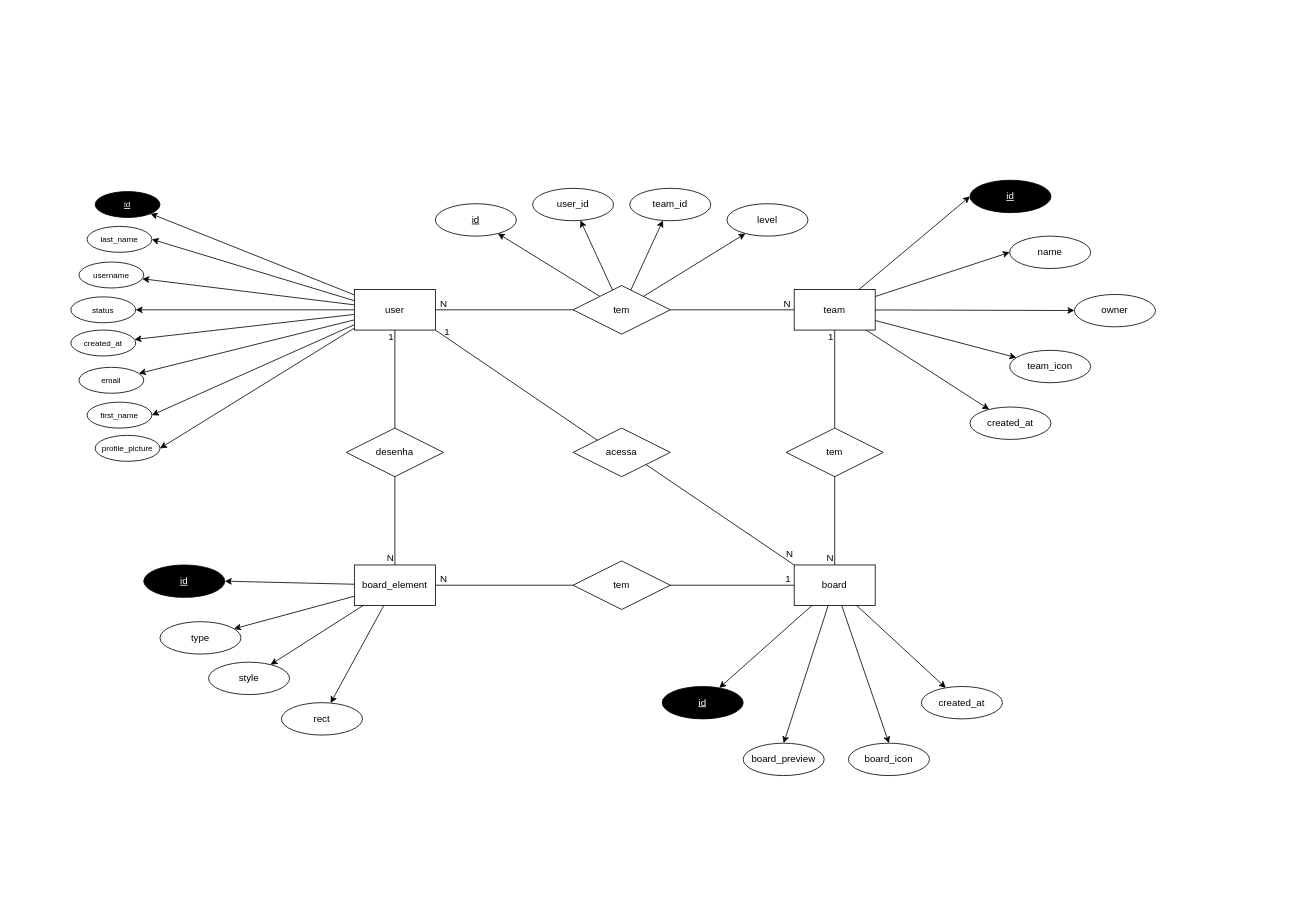
chronos-take-your-time/wiki keeps this draw.io diagram as docs/assets/diagram/DER.drawio. Above is the earlier version. Source tidied: cells renumbered, new cells numbered last; positions are measured from the earlier drawing's top-left corner, leaving out a move shared by most shapes. Both pictures are drawn from the tidied source at 81%, with x=0, y=0 at pixel (70, 180).
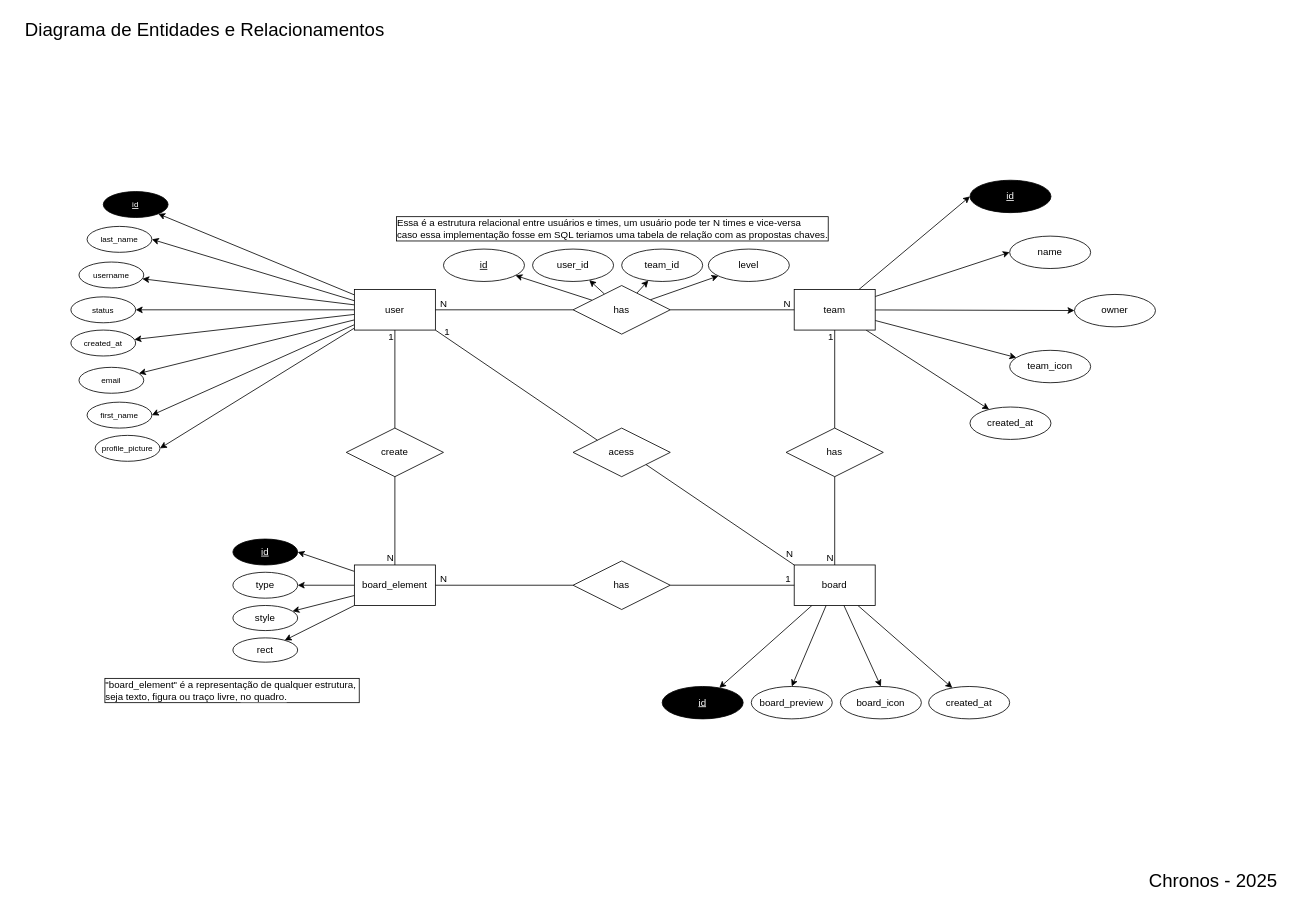
The same diagram, later.

Commit message:
docs(DER): descrições e mudança pro inglês.drawio

Diff of the diagram source:
```diff
@@
     <mxCell id="12" value="id" style="ellipse;whiteSpace=wrap;html=1;align=center;fontStyle=4;fontSize=10;fillColor=#000000;fontColor=#FFFFFF;" parent="1" vertex="1">
-      <mxGeometry x="30" y="14" width="80" height="32" as="geometry" />
+      <mxGeometry x="40" y="14" width="80" height="32" as="geometry" />
     </mxCell>
@@
-    <mxCell id="28" value="tem" style="shape=rhombus;perimeter=rhombusPerimeter;whiteSpace=wrap;html=1;align=center;" parent="1" vertex="1">
+    <mxCell id="28" value="has" style="shape=rhombus;perimeter=rhombusPerimeter;whiteSpace=wrap;html=1;align=center;" parent="1" vertex="1">
       <mxGeometry x="620" y="130" width="120" height="60" as="geometry" />
     </mxCell>
@@
     <mxCell id="33" value="user_id" style="ellipse;whiteSpace=wrap;html=1;align=center;" parent="1" vertex="1">
-      <mxGeometry x="570" y="10" width="100" height="40" as="geometry" />
+      <mxGeometry x="570" y="85" width="100" height="40" as="geometry" />
     </mxCell>
@@
-    <mxCell id="42" value="tem" style="shape=rhombus;perimeter=rhombusPerimeter;whiteSpace=wrap;html=1;align=center;" parent="1" vertex="1">
+    <mxCell id="42" value="has" style="shape=rhombus;perimeter=rhombusPerimeter;whiteSpace=wrap;html=1;align=center;" parent="1" vertex="1">
       <mxGeometry x="883" y="306" width="120" height="60" as="geometry" />
     </mxCell>
@@
     <mxCell id="49" value="&lt;u&gt;id&lt;/u&gt;" style="ellipse;whiteSpace=wrap;html=1;align=center;" parent="1" vertex="1">
-      <mxGeometry x="450" y="29" width="100" height="40" as="geometry" />
+      <mxGeometry x="460" y="85" width="100" height="40" as="geometry" />
     </mxCell>
     <mxCell id="50" value="team_id" style="ellipse;whiteSpace=wrap;html=1;align=center;" parent="1" vertex="1">
-      <mxGeometry x="690" y="10" width="100" height="40" as="geometry" />
+      <mxGeometry x="680" y="85" width="100" height="40" as="geometry" />
     </mxCell>
     <mxCell id="51" value="level" style="ellipse;whiteSpace=wrap;html=1;align=center;" parent="1" vertex="1">
-      <mxGeometry x="810" y="29" width="100" height="40" as="geometry" />
+      <mxGeometry x="787" y="85" width="100" height="40" as="geometry" />
     </mxCell>
     <mxCell id="52" value="created_at" style="ellipse;whiteSpace=wrap;html=1;align=center;" parent="1" vertex="1">
-      <mxGeometry x="1050" y="625" width="100" height="40" as="geometry" />
+      <mxGeometry x="1059" y="625" width="100" height="40" as="geometry" />
     </mxCell>
@@
-    <mxCell id="58" value="desenha" style="shape=rhombus;perimeter=rhombusPerimeter;whiteSpace=wrap;html=1;align=center;" parent="1" vertex="1">
+    <mxCell id="58" value="create" style="shape=rhombus;perimeter=rhombusPerimeter;whiteSpace=wrap;html=1;align=center;" parent="1" vertex="1">
       <mxGeometry x="340" y="306" width="120" height="60" as="geometry" />
     </mxCell>
     <mxCell id="59" value="board_preview" style="ellipse;whiteSpace=wrap;html=1;align=center;" parent="1" vertex="1">
-      <mxGeometry x="830" y="695" width="100" height="40" as="geometry" />
+      <mxGeometry x="840" y="625" width="100" height="40" as="geometry" />
     </mxCell>
     <mxCell id="60" value="board_icon" style="ellipse;whiteSpace=wrap;html=1;align=center;" parent="1" vertex="1">
-      <mxGeometry x="960" y="695" width="100" height="40" as="geometry" />
+      <mxGeometry x="950" y="625" width="100" height="40" as="geometry" />
     </mxCell>
@@
-    <mxCell id="67" value="tem" style="shape=rhombus;perimeter=rhombusPerimeter;whiteSpace=wrap;html=1;align=center;" parent="1" vertex="1">
+    <mxCell id="67" value="has" style="shape=rhombus;perimeter=rhombusPerimeter;whiteSpace=wrap;html=1;align=center;" parent="1" vertex="1">
       <mxGeometry x="620" y="470" width="120" height="60" as="geometry" />
     </mxCell>
@@
     <mxCell id="72" value="id" style="ellipse;whiteSpace=wrap;html=1;align=center;fontStyle=4;fillColor=#000000;fontColor=#FFFFFF;" parent="1" vertex="1">
-      <mxGeometry x="90" y="475" width="100" height="40" as="geometry" />
+      <mxGeometry x="200" y="443" width="80" height="32" as="geometry" />
     </mxCell>
     <mxCell id="73" value="type" style="ellipse;whiteSpace=wrap;html=1;align=center;" parent="1" vertex="1">
-      <mxGeometry x="110" y="545" width="100" height="40" as="geometry" />
+      <mxGeometry x="200" y="484" width="80" height="32" as="geometry" />
     </mxCell>
     <mxCell id="74" value="style" style="ellipse;whiteSpace=wrap;html=1;align=center;" parent="1" vertex="1">
-      <mxGeometry x="170" y="595" width="100" height="40" as="geometry" />
+      <mxGeometry x="200" y="525" width="80" height="31" as="geometry" />
     </mxCell>
     <mxCell id="75" value="rect" style="ellipse;whiteSpace=wrap;html=1;align=center;" parent="1" vertex="1">
-      <mxGeometry x="260" y="645" width="100" height="40" as="geometry" />
+      <mxGeometry x="200" y="565" width="80" height="30" as="geometry" />
     </mxCell>
-    <mxCell id="76" value="acessa" style="shape=rhombus;perimeter=rhombusPerimeter;whiteSpace=wrap;html=1;align=center;" parent="1" vertex="1">
+    <mxCell id="76" value="acess" style="shape=rhombus;perimeter=rhombusPerimeter;whiteSpace=wrap;html=1;align=center;" parent="1" vertex="1">
       <mxGeometry x="620" y="306" width="120" height="60" as="geometry" />
     </mxCell>
@@
+    <mxCell id="81" value="Essa é a estrutura relacional entre usuários e times, um usuário pode ter N times e vice-versa&lt;div&gt;caso essa implementação fosse em SQL teriamos uma tabela de relação com as propostas chaves.&lt;/div&gt;" style="text;html=1;align=left;verticalAlign=middle;labelBackgroundColor=default;labelBorderColor=default;textShadow=0;rounded=0;arcSize=50;" parent="1" vertex="1">
+      <mxGeometry x="400" y="40" width="560" height="40" as="geometry" />
+    </mxCell>
+    <mxCell id="82" value="&quot;board_element&quot; é a representação de qualquer estrutura,&amp;nbsp;&lt;div&gt;seja texto, figura ou traço livre,&amp;nbsp;&lt;span style=&quot;background-color: light-dark(#ffffff, var(--ge-dark-color, #121212)); color: light-dark(rgb(0, 0, 0), rgb(255, 255, 255));&quot;&gt;no quadro.&lt;/span&gt;&lt;/div&gt;" style="text;html=1;align=left;verticalAlign=middle;labelBackgroundColor=default;labelBorderColor=default;textShadow=0;rounded=0;arcSize=50;" parent="1" vertex="1">
+      <mxGeometry x="40" y="610" width="340" height="40" as="geometry" />
+    </mxCell>
+    <mxCell id="83" value="Diagrama de Entidades e Relacionamentos" style="text;html=1;align=center;verticalAlign=middle;strokeColor=none;fillColor=none;fontSize=23;" parent="1" vertex="1">
+      <mxGeometry x="-70" y="-205" width="470" height="40" as="geometry" />
+    </mxCell>
+    <mxCell id="84" value="Chronos - 2025" style="text;html=1;align=center;verticalAlign=middle;strokeColor=none;fillColor=none;fontSize=23;" parent="1" vertex="1">
+      <mxGeometry x="1320" y="845" width="180" height="40" as="geometry" />
+    </mxCell>
```
